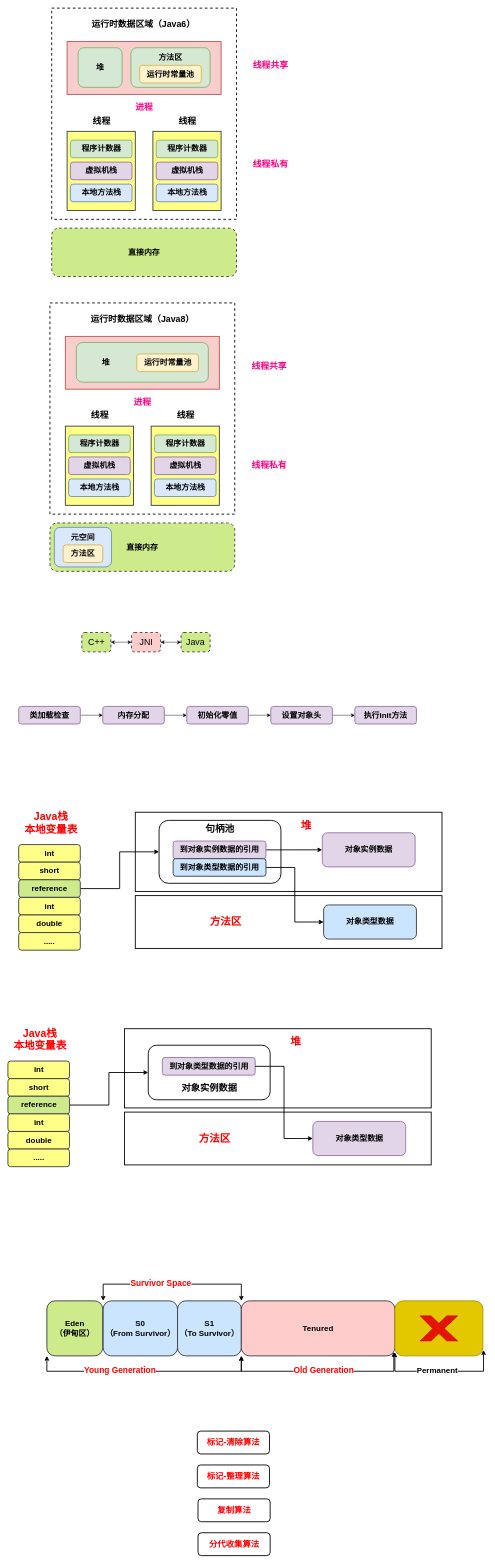
The draw.io diagram JVM/JVM.drawio in AmosLLc/NanoNotes, before the edit. Source tidied: cells renumbered, new cells numbered last; positions are measured from the earlier drawing's top-left corner, leaving out a move shared by most shapes. Both pictures are drawn from the tidied source at 44%, with x=0, y=0 at pixel (7, 8).
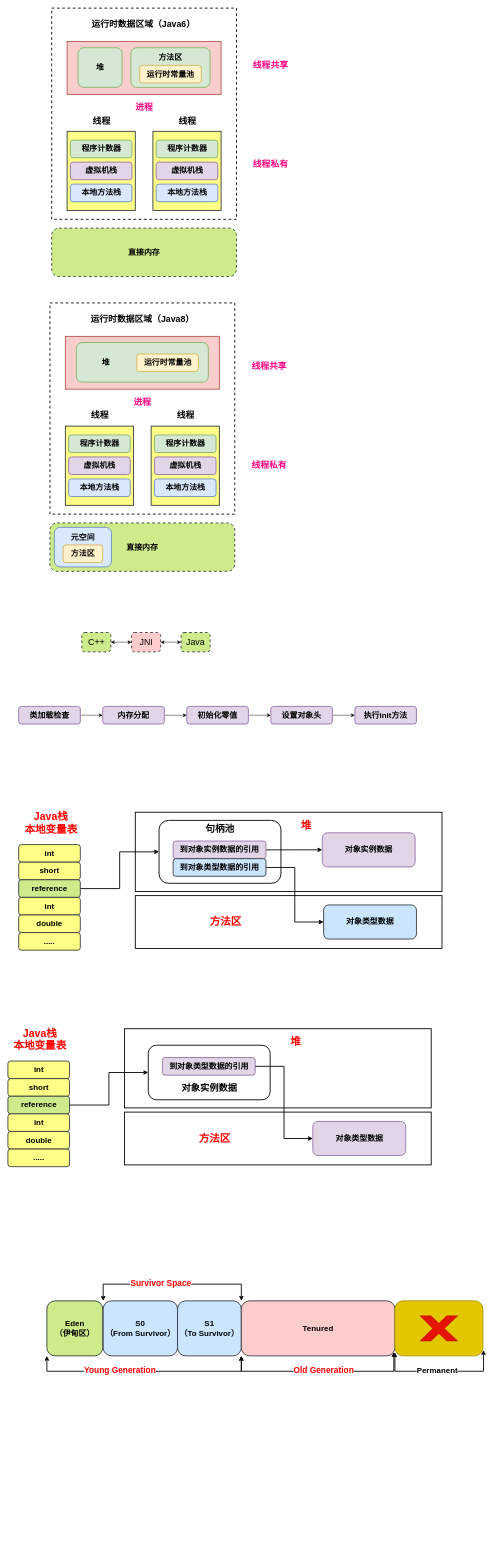
The same diagram, later.

Diff of the diagram source:
```diff
@@
-    <mxCell id="108" value="&lt;span style=&quot;white-space: normal&quot;&gt;标记-清除算法&lt;/span&gt;" style="rounded=1;whiteSpace=wrap;html=1;strokeWidth=2;fontSize=19;fontColor=#FF0000;fontStyle=1;" parent="1" vertex="1">
-      <mxGeometry x="431" y="3234" width="164" height="52" as="geometry" />
-    </mxCell>
-    <mxCell id="109" value="&lt;span style=&quot;white-space: normal&quot;&gt;标记-整理算法&lt;/span&gt;" style="rounded=1;whiteSpace=wrap;html=1;strokeWidth=2;fontSize=19;fontColor=#FF0000;fontStyle=1;" parent="1" vertex="1">
-      <mxGeometry x="431" y="3311" width="164" height="52" as="geometry" />
-    </mxCell>
-    <mxCell id="110" value="&lt;span style=&quot;white-space: normal&quot;&gt;复制算法&lt;/span&gt;" style="rounded=1;whiteSpace=wrap;html=1;strokeWidth=2;fontSize=19;fontColor=#FF0000;fontStyle=1;" parent="1" vertex="1">
-      <mxGeometry x="432.5" y="3388" width="164" height="52" as="geometry" />
-    </mxCell>
-    <mxCell id="111" value="&lt;span style=&quot;white-space: normal&quot;&gt;分代收集算法&lt;/span&gt;" style="rounded=1;whiteSpace=wrap;html=1;strokeWidth=2;fontSize=19;fontColor=#FF0000;fontStyle=1;" parent="1" vertex="1">
-      <mxGeometry x="432.5" y="3465" width="164" height="52" as="geometry" />
-    </mxCell>
```
